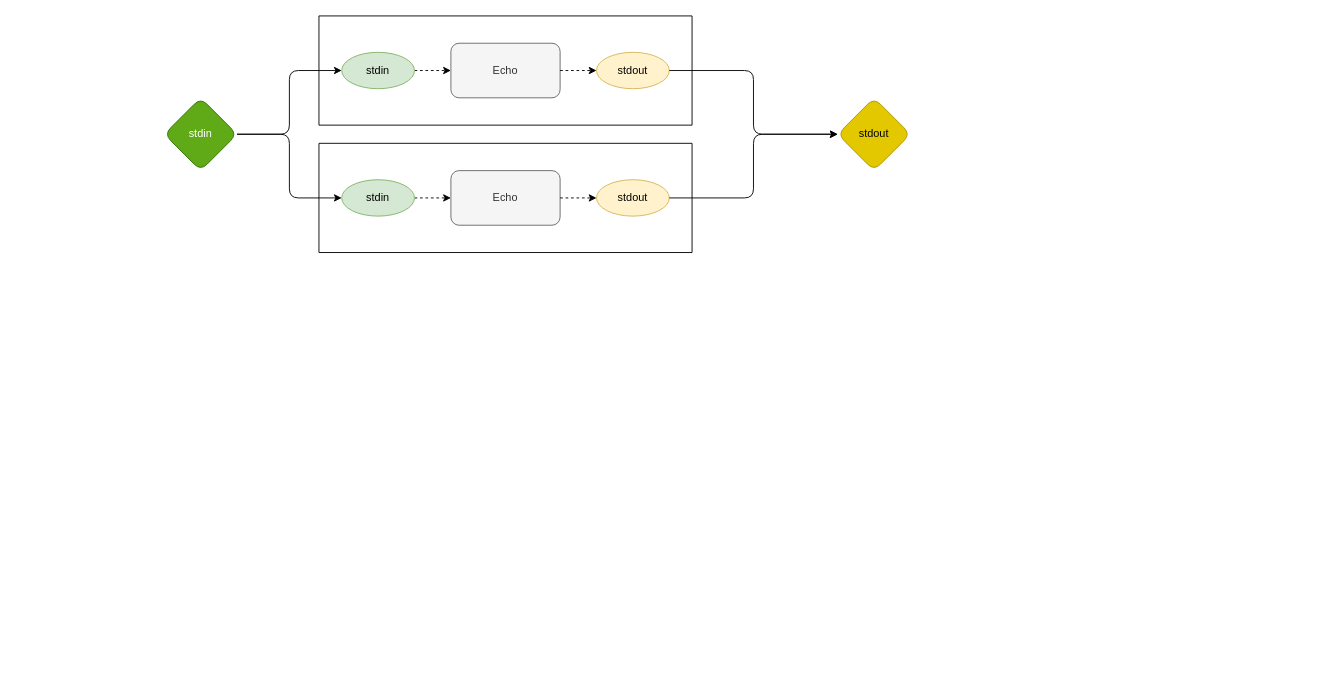
The draw.io diagram page "main" (1 of 3) of example.drawio in z64/odin0d, before the edit. Source tidied: cells renumbered, new cells numbered last; positions are measured from the earlier drawing's top-left corner, leaving out a move shared by most shapes. Both pictures are drawn from the tidied source at 91%, with x=0, y=0 at pixel (164, 15).
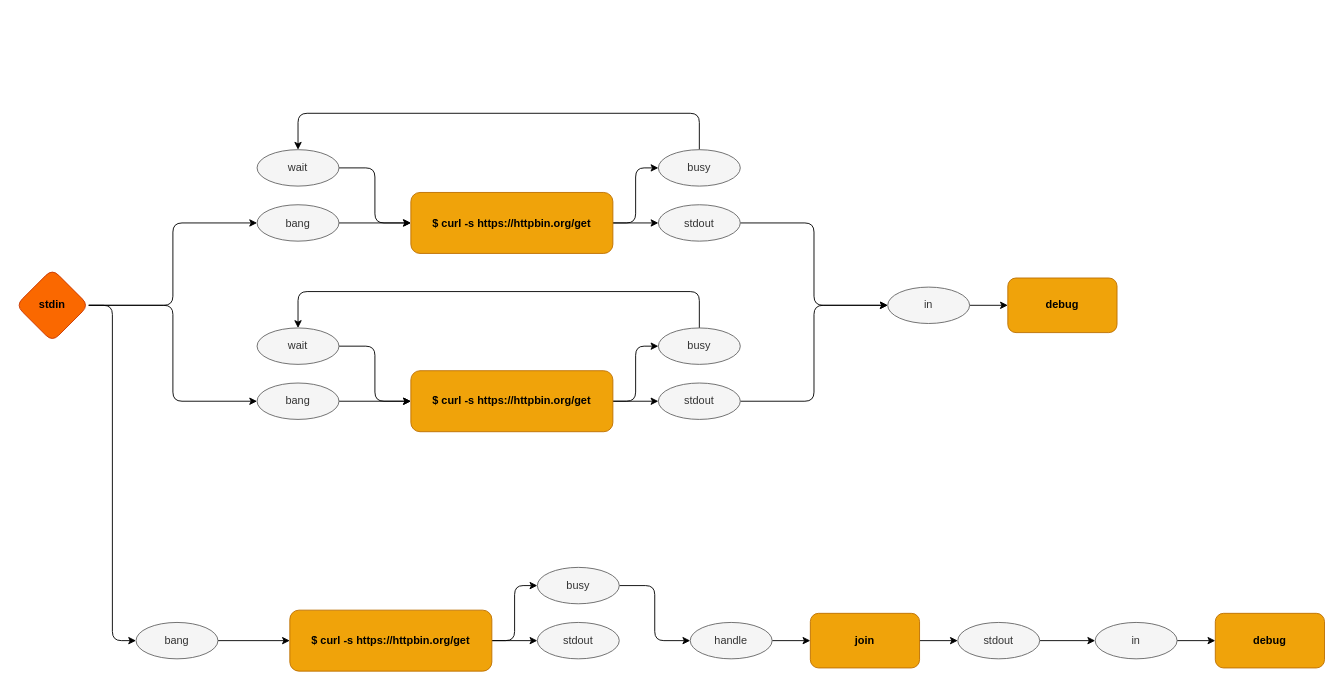
Above is the later version.

The edit, as a diff of the source:
```diff
@@
-    <mxCell id="2" style="edgeStyle=orthogonalEdgeStyle;rounded=1;jettySize=auto;html=1;exitX=1;exitY=0.5;exitDx=0;exitDy=0;entryX=0;entryY=0.5;entryDx=0;entryDy=0;" parent="1" edge="1" source="4" target="9">
-      <mxGeometry relative="1" as="geometry" />
-    </mxCell>
-    <mxCell id="3" style="edgeStyle=orthogonalEdgeStyle;rounded=1;jettySize=auto;html=1;exitX=1;exitY=0.5;exitDx=0;exitDy=0;entryX=0;entryY=0.5;entryDx=0;entryDy=0;" parent="1" edge="1" source="4" target="15">
-      <mxGeometry relative="1" as="geometry" />
-    </mxCell>
-    <mxCell id="4" value="stdin" style="rhombus;whiteSpace=wrap;html=1;rounded=1;fillColor=#60a917;strokeColor=#2D7600;fontColor=#ffffff;" parent="1" vertex="1">
-      <mxGeometry y="90" width="80" height="80" as="geometry" />
-    </mxCell>
-    <mxCell id="5" value="stdout" style="rhombus;whiteSpace=wrap;html=1;rounded=1;fillColor=#e3c800;strokeColor=#B09500;fontColor=#000000;" parent="1" vertex="1">
-      <mxGeometry x="740" y="90" width="80" height="80" as="geometry" />
-    </mxCell>
-    <mxCell id="6" style="swimlane;startSize=0;rounded=1;" parent="1" vertex="1">
-      <mxGeometry x="170" width="410" height="120" as="geometry" />
-    </mxCell>
-    <mxCell id="7" value="Echo" style="rounded=1;whiteSpace=wrap;html=1;fillColor=#f5f5f5;strokeColor=#666666;fontColor=#333333;" parent="6" vertex="1">
-      <mxGeometry x="145" y="30" width="120" height="60" as="geometry" />
-    </mxCell>
-    <mxCell id="8" style="edgeStyle=orthogonalEdgeStyle;rounded=0;jettySize=auto;html=1;exitX=1;exitY=0.5;exitDx=0;exitDy=0;dashed=1;" parent="6" edge="1" source="9" target="7">
-      <mxGeometry relative="1" as="geometry" />
-    </mxCell>
-    <mxCell id="9" value="stdin" style="ellipse;whiteSpace=wrap;html=1;rounded=1;fillColor=#d5e8d4;strokeColor=#82b366;" parent="6" vertex="1">
-      <mxGeometry x="25" y="40" width="80" height="40" as="geometry" />
-    </mxCell>
-    <mxCell id="10" value="stdout" style="ellipse;whiteSpace=wrap;html=1;rounded=1;fillColor=#fff2cc;strokeColor=#d6b656;" parent="6" vertex="1">
-      <mxGeometry x="305" y="40" width="80" height="40" as="geometry" />
-    </mxCell>
-    <mxCell id="11" style="edgeStyle=orthogonalEdgeStyle;rounded=0;jettySize=auto;html=1;exitX=1;exitY=0.5;exitDx=0;exitDy=0;entryX=0;entryY=0.5;entryDx=0;entryDy=0;dashed=1;" parent="6" edge="1" source="7" target="10">
-      <mxGeometry relative="1" as="geometry" />
-    </mxCell>
-    <mxCell id="12" style="swimlane;startSize=0;rounded=1;" parent="1" vertex="1">
-      <mxGeometry x="170" y="140" width="410" height="120" as="geometry" />
-    </mxCell>
-    <mxCell id="13" value="Echo" style="rounded=1;whiteSpace=wrap;html=1;fillColor=#f5f5f5;strokeColor=#666666;fontColor=#333333;" parent="12" vertex="1">
-      <mxGeometry x="145" y="30" width="120" height="60" as="geometry" />
-    </mxCell>
-    <mxCell id="14" style="edgeStyle=orthogonalEdgeStyle;rounded=0;jettySize=auto;html=1;exitX=1;exitY=0.5;exitDx=0;exitDy=0;dashed=1;" parent="12" edge="1" source="15" target="13">
-      <mxGeometry relative="1" as="geometry" />
-    </mxCell>
-    <mxCell id="15" value="stdin" style="ellipse;whiteSpace=wrap;html=1;rounded=1;fillColor=#d5e8d4;strokeColor=#82b366;" parent="12" vertex="1">
-      <mxGeometry x="25" y="40" width="80" height="40" as="geometry" />
-    </mxCell>
-    <mxCell id="16" value="stdout" style="ellipse;whiteSpace=wrap;html=1;rounded=1;fillColor=#fff2cc;strokeColor=#d6b656;" parent="12" vertex="1">
-      <mxGeometry x="305" y="40" width="80" height="40" as="geometry" />
-    </mxCell>
-    <mxCell id="17" style="edgeStyle=orthogonalEdgeStyle;rounded=0;jettySize=auto;html=1;exitX=1;exitY=0.5;exitDx=0;exitDy=0;entryX=0;entryY=0.5;entryDx=0;entryDy=0;dashed=1;" parent="12" edge="1" source="13" target="16">
-      <mxGeometry relative="1" as="geometry" />
-    </mxCell>
-    <mxCell id="18" style="edgeStyle=orthogonalEdgeStyle;rounded=1;jettySize=auto;html=1;exitX=1;exitY=0.5;exitDx=0;exitDy=0;entryX=0;entryY=0.5;entryDx=0;entryDy=0;" parent="1" edge="1" source="16" target="5">
-      <mxGeometry relative="1" as="geometry" />
-    </mxCell>
-    <mxCell id="19" style="edgeStyle=orthogonalEdgeStyle;rounded=1;jettySize=auto;html=1;exitX=1;exitY=0.5;exitDx=0;exitDy=0;entryX=0;entryY=0.5;entryDx=0;entryDy=0;" parent="1" edge="1" source="10" target="5">
-      <mxGeometry relative="1" as="geometry" />
-    </mxCell>
+    <mxCell id="20" style="edgeStyle=orthogonalEdgeStyle;rounded=1;jettySize=auto;html=1;exitX=1;exitY=0.5;exitDx=0;exitDy=0;entryX=0;entryY=0.5;entryDx=0;entryDy=0;fontFamily=Helvetica;" parent="1" edge="1" source="22" target="35">
+      <mxGeometry relative="1" as="geometry" />
+    </mxCell>
+    <mxCell id="21" style="edgeStyle=orthogonalEdgeStyle;rounded=1;jettySize=auto;html=1;exitX=1;exitY=0.5;exitDx=0;exitDy=0;entryX=0;entryY=0.5;entryDx=0;entryDy=0;fontFamily=Helvetica;" parent="1" edge="1" source="22" target="37">
+      <mxGeometry relative="1" as="geometry" />
+    </mxCell>
+    <mxCell id="22" value="$ curl -s https://httpbin.org/get" style="rounded=1;whiteSpace=wrap;html=1;fillColor=#f0a30a;strokeColor=#BD7000;fontColor=#000000;fontStyle=1;" parent="1" vertex="1">
+      <mxGeometry x="271" y="194" width="222" height="67" as="geometry" />
+    </mxCell>
+    <mxCell id="23" style="edgeStyle=orthogonalEdgeStyle;rounded=1;jettySize=auto;html=1;exitX=1;exitY=0.5;exitDx=0;exitDy=0;entryX=0;entryY=0.5;entryDx=0;entryDy=0;endArrow=classic;endFill=1;" parent="1" edge="1" source="24" target="22">
+      <mxGeometry relative="1" as="geometry" />
+    </mxCell>
+    <mxCell id="24" value="bang" style="ellipse;whiteSpace=wrap;html=1;rounded=1;fillColor=#f5f5f5;strokeColor=#666666;fontColor=#333333;" parent="1" vertex="1">
+      <mxGeometry x="102" y="207.5" width="90" height="40" as="geometry" />
+    </mxCell>
+    <mxCell id="25" style="edgeStyle=orthogonalEdgeStyle;rounded=1;jettySize=auto;html=1;exitX=1;exitY=0.5;exitDx=0;exitDy=0;entryX=0;entryY=0.5;entryDx=0;entryDy=0;fontFamily=Helvetica;" parent="1" edge="1" source="28" target="24">
+      <mxGeometry relative="1" as="geometry" />
+    </mxCell>
+    <mxCell id="26" style="edgeStyle=orthogonalEdgeStyle;rounded=1;jettySize=auto;html=1;exitX=1;exitY=0.5;exitDx=0;exitDy=0;entryX=0;entryY=0.5;entryDx=0;entryDy=0;fontFamily=Helvetica;" parent="1" edge="1" source="28" target="42">
+      <mxGeometry relative="1" as="geometry" />
+    </mxCell>
+    <mxCell id="27" style="edgeStyle=orthogonalEdgeStyle;rounded=1;jettySize=auto;html=1;exitX=1;exitY=0.5;exitDx=0;exitDy=0;entryX=0;entryY=0.5;entryDx=0;entryDy=0;fontFamily=Helvetica;" parent="1" edge="1" source="28" target="59">
+      <mxGeometry relative="1" as="geometry" />
+    </mxCell>
+    <mxCell id="28" value="stdin" style="rhombus;whiteSpace=wrap;html=1;rounded=1;fillColor=#fa6800;fontColor=#000000;strokeColor=#C73500;fontStyle=1;" parent="1" vertex="1">
+      <mxGeometry x="-163" y="278" width="80" height="80" as="geometry" />
+    </mxCell>
+    <mxCell id="29" value="debug" style="rounded=1;whiteSpace=wrap;html=1;fillColor=#f0a30a;strokeColor=#BD7000;fontColor=#000000;fontStyle=1;" parent="1" vertex="1">
+      <mxGeometry x="927" y="288" width="120" height="60" as="geometry" />
+    </mxCell>
+    <mxCell id="30" style="edgeStyle=orthogonalEdgeStyle;rounded=1;jettySize=auto;html=1;exitX=1;exitY=0.5;exitDx=0;exitDy=0;entryX=0;entryY=0.5;entryDx=0;entryDy=0;endArrow=classic;endFill=1;" parent="1" edge="1" source="31" target="29">
+      <mxGeometry relative="1" as="geometry" />
+    </mxCell>
+    <mxCell id="31" value="in" style="ellipse;whiteSpace=wrap;html=1;rounded=1;fillColor=#f5f5f5;strokeColor=#666666;fontColor=#333333;" parent="1" vertex="1">
+      <mxGeometry x="795" y="298" width="90" height="40" as="geometry" />
+    </mxCell>
+    <mxCell id="32" style="edgeStyle=orthogonalEdgeStyle;rounded=1;jettySize=auto;html=1;exitX=1;exitY=0.5;exitDx=0;exitDy=0;entryX=0;entryY=0.5;entryDx=0;entryDy=0;fontFamily=Helvetica;" parent="1" edge="1" source="33" target="22">
+      <mxGeometry relative="1" as="geometry" />
+    </mxCell>
+    <mxCell id="33" value="wait" style="ellipse;whiteSpace=wrap;html=1;rounded=1;fillColor=#f5f5f5;strokeColor=#666666;fontColor=#333333;" parent="1" vertex="1">
+      <mxGeometry x="102" y="147" width="90" height="40" as="geometry" />
+    </mxCell>
+    <mxCell id="34" style="edgeStyle=orthogonalEdgeStyle;rounded=1;jettySize=auto;html=1;exitX=1;exitY=0.5;exitDx=0;exitDy=0;entryX=0;entryY=0.5;entryDx=0;entryDy=0;fontFamily=Helvetica;" parent="1" edge="1" source="35" target="31">
+      <mxGeometry relative="1" as="geometry" />
+    </mxCell>
+    <mxCell id="35" value="stdout" style="ellipse;whiteSpace=wrap;html=1;rounded=1;fillColor=#f5f5f5;strokeColor=#666666;fontColor=#333333;" parent="1" vertex="1">
+      <mxGeometry x="543" y="207.5" width="90" height="40" as="geometry" />
+    </mxCell>
+    <mxCell id="36" style="edgeStyle=orthogonalEdgeStyle;rounded=1;jettySize=auto;html=1;exitX=0.5;exitY=0;exitDx=0;exitDy=0;entryX=0.5;entryY=0;entryDx=0;entryDy=0;fontFamily=Helvetica;" parent="1" edge="1" source="37" target="33">
+      <mxGeometry relative="1" as="geometry">
+        <Array as="points">
+          <mxPoint x="588" y="107" />
+          <mxPoint x="147" y="107" />
+        </Array>
+      </mxGeometry>
+    </mxCell>
+    <mxCell id="37" value="busy" style="ellipse;whiteSpace=wrap;html=1;rounded=1;fillColor=#f5f5f5;strokeColor=#666666;fontColor=#333333;" parent="1" vertex="1">
+      <mxGeometry x="543" y="147" width="90" height="40" as="geometry" />
+    </mxCell>
+    <mxCell id="38" style="edgeStyle=orthogonalEdgeStyle;rounded=1;jettySize=auto;html=1;exitX=1;exitY=0.5;exitDx=0;exitDy=0;entryX=0;entryY=0.5;entryDx=0;entryDy=0;fontFamily=Helvetica;" parent="1" edge="1" source="40" target="46">
+      <mxGeometry relative="1" as="geometry" />
+    </mxCell>
+    <mxCell id="39" style="edgeStyle=orthogonalEdgeStyle;rounded=1;jettySize=auto;html=1;exitX=1;exitY=0.5;exitDx=0;exitDy=0;entryX=0;entryY=0.5;entryDx=0;entryDy=0;fontFamily=Helvetica;" parent="1" edge="1" source="40" target="48">
+      <mxGeometry relative="1" as="geometry" />
+    </mxCell>
+    <mxCell id="40" value="$ curl -s https://httpbin.org/get" style="rounded=1;whiteSpace=wrap;html=1;fillColor=#f0a30a;strokeColor=#BD7000;fontColor=#000000;fontStyle=1;" parent="1" vertex="1">
+      <mxGeometry x="271" y="389.9" width="222" height="67" as="geometry" />
+    </mxCell>
+    <mxCell id="41" style="edgeStyle=orthogonalEdgeStyle;rounded=1;jettySize=auto;html=1;exitX=1;exitY=0.5;exitDx=0;exitDy=0;entryX=0;entryY=0.5;entryDx=0;entryDy=0;endArrow=classic;endFill=1;" parent="1" edge="1" source="42" target="40">
+      <mxGeometry relative="1" as="geometry" />
+    </mxCell>
+    <mxCell id="42" value="bang" style="ellipse;whiteSpace=wrap;html=1;rounded=1;fillColor=#f5f5f5;strokeColor=#666666;fontColor=#333333;" parent="1" vertex="1">
+      <mxGeometry x="102" y="403.4" width="90" height="40" as="geometry" />
+    </mxCell>
+    <mxCell id="43" style="edgeStyle=orthogonalEdgeStyle;rounded=1;jettySize=auto;html=1;exitX=1;exitY=0.5;exitDx=0;exitDy=0;entryX=0;entryY=0.5;entryDx=0;entryDy=0;fontFamily=Helvetica;" parent="1" edge="1" source="44" target="40">
+      <mxGeometry relative="1" as="geometry" />
+    </mxCell>
+    <mxCell id="44" value="wait" style="ellipse;whiteSpace=wrap;html=1;rounded=1;fillColor=#f5f5f5;strokeColor=#666666;fontColor=#333333;" parent="1" vertex="1">
+      <mxGeometry x="102" y="342.9" width="90" height="40" as="geometry" />
+    </mxCell>
+    <mxCell id="45" style="edgeStyle=orthogonalEdgeStyle;rounded=1;jettySize=auto;html=1;exitX=1;exitY=0.5;exitDx=0;exitDy=0;entryX=0;entryY=0.5;entryDx=0;entryDy=0;fontFamily=Helvetica;" parent="1" edge="1" source="46" target="31">
+      <mxGeometry relative="1" as="geometry" />
+    </mxCell>
+    <mxCell id="46" value="stdout" style="ellipse;whiteSpace=wrap;html=1;rounded=1;fillColor=#f5f5f5;strokeColor=#666666;fontColor=#333333;" parent="1" vertex="1">
+      <mxGeometry x="543" y="403.4" width="90" height="40" as="geometry" />
+    </mxCell>
+    <mxCell id="47" style="edgeStyle=orthogonalEdgeStyle;rounded=1;jettySize=auto;html=1;exitX=0.5;exitY=0;exitDx=0;exitDy=0;entryX=0.5;entryY=0;entryDx=0;entryDy=0;fontFamily=Helvetica;" parent="1" edge="1" source="48" target="44">
+      <mxGeometry relative="1" as="geometry">
+        <Array as="points">
+          <mxPoint x="588" y="302.9" />
+          <mxPoint x="147" y="302.9" />
+        </Array>
+      </mxGeometry>
+    </mxCell>
+    <mxCell id="48" value="busy" style="ellipse;whiteSpace=wrap;html=1;rounded=1;fillColor=#f5f5f5;strokeColor=#666666;fontColor=#333333;" parent="1" vertex="1">
+      <mxGeometry x="543" y="342.9" width="90" height="40" as="geometry" />
+    </mxCell>
+    <mxCell id="49" style="edgeStyle=orthogonalEdgeStyle;rounded=1;jettySize=auto;html=1;exitX=1;exitY=0.5;exitDx=0;exitDy=0;endArrow=classic;endFill=1;fontFamily=Helvetica;" parent="1" edge="1" source="50" target="54">
+      <mxGeometry relative="1" as="geometry" />
+    </mxCell>
+    <mxCell id="50" value="join" style="rounded=1;whiteSpace=wrap;html=1;fillColor=#f0a30a;strokeColor=#BD7000;fontColor=#000000;fontStyle=1;fontFamily=Helvetica;" parent="1" vertex="1">
+      <mxGeometry x="710" y="656.5" width="120" height="60" as="geometry" />
+    </mxCell>
+    <mxCell id="51" style="edgeStyle=orthogonalEdgeStyle;rounded=1;jettySize=auto;html=1;exitX=1;exitY=0.5;exitDx=0;exitDy=0;entryX=0;entryY=0.5;entryDx=0;entryDy=0;endArrow=classic;endFill=1;fontFamily=Helvetica;" parent="1" edge="1" source="52" target="50">
+      <mxGeometry relative="1" as="geometry" />
+    </mxCell>
+    <mxCell id="52" value="handle" style="ellipse;whiteSpace=wrap;html=1;rounded=1;fillColor=#f5f5f5;strokeColor=#666666;fontColor=#333333;fontFamily=Helvetica;" parent="1" vertex="1">
+      <mxGeometry x="578" y="666.5" width="90" height="40" as="geometry" />
+    </mxCell>
+    <mxCell id="53" style="edgeStyle=orthogonalEdgeStyle;rounded=1;jettySize=auto;html=1;exitX=1;exitY=0.5;exitDx=0;exitDy=0;entryX=0;entryY=0.5;entryDx=0;entryDy=0;fontFamily=Helvetica;" parent="1" edge="1" source="54" target="65">
+      <mxGeometry relative="1" as="geometry" />
+    </mxCell>
+    <mxCell id="54" value="stdout" style="ellipse;whiteSpace=wrap;html=1;rounded=1;fillColor=#f5f5f5;strokeColor=#666666;fontColor=#333333;fontFamily=Helvetica;" parent="1" vertex="1">
+      <mxGeometry x="872" y="666.5" width="90" height="40" as="geometry" />
+    </mxCell>
+    <mxCell id="55" style="edgeStyle=orthogonalEdgeStyle;rounded=1;jettySize=auto;html=1;exitX=1;exitY=0.5;exitDx=0;exitDy=0;entryX=0;entryY=0.5;entryDx=0;entryDy=0;fontFamily=Helvetica;" parent="1" edge="1" source="57" target="60">
+      <mxGeometry relative="1" as="geometry" />
+    </mxCell>
+    <mxCell id="56" style="edgeStyle=orthogonalEdgeStyle;rounded=1;jettySize=auto;html=1;exitX=1;exitY=0.5;exitDx=0;exitDy=0;entryX=0;entryY=0.5;entryDx=0;entryDy=0;fontFamily=Helvetica;" parent="1" edge="1" source="57" target="62">
+      <mxGeometry relative="1" as="geometry" />
+    </mxCell>
+    <mxCell id="57" value="$ curl -s https://httpbin.org/get" style="rounded=1;whiteSpace=wrap;html=1;fillColor=#f0a30a;strokeColor=#BD7000;fontColor=#000000;fontStyle=1;" parent="1" vertex="1">
+      <mxGeometry x="138" y="653" width="222" height="67" as="geometry" />
+    </mxCell>
+    <mxCell id="58" style="edgeStyle=orthogonalEdgeStyle;rounded=1;jettySize=auto;html=1;exitX=1;exitY=0.5;exitDx=0;exitDy=0;entryX=0;entryY=0.5;entryDx=0;entryDy=0;endArrow=classic;endFill=1;" parent="1" edge="1" source="59" target="57">
+      <mxGeometry relative="1" as="geometry" />
+    </mxCell>
+    <mxCell id="59" value="bang" style="ellipse;whiteSpace=wrap;html=1;rounded=1;fillColor=#f5f5f5;strokeColor=#666666;fontColor=#333333;" parent="1" vertex="1">
+      <mxGeometry x="-31" y="666.5" width="90" height="40" as="geometry" />
+    </mxCell>
+    <mxCell id="60" value="stdout" style="ellipse;whiteSpace=wrap;html=1;rounded=1;fillColor=#f5f5f5;strokeColor=#666666;fontColor=#333333;" parent="1" vertex="1">
+      <mxGeometry x="410" y="666.5" width="90" height="40" as="geometry" />
+    </mxCell>
+    <mxCell id="61" style="edgeStyle=orthogonalEdgeStyle;rounded=1;jettySize=auto;html=1;exitX=1;exitY=0.5;exitDx=0;exitDy=0;entryX=0;entryY=0.5;entryDx=0;entryDy=0;fontFamily=Helvetica;" parent="1" edge="1" source="62" target="52">
+      <mxGeometry relative="1" as="geometry" />
+    </mxCell>
+    <mxCell id="62" value="busy" style="ellipse;whiteSpace=wrap;html=1;rounded=1;fillColor=#f5f5f5;strokeColor=#666666;fontColor=#333333;" parent="1" vertex="1">
+      <mxGeometry x="410" y="606" width="90" height="40" as="geometry" />
+    </mxCell>
+    <mxCell id="63" value="debug" style="rounded=1;whiteSpace=wrap;html=1;fillColor=#f0a30a;strokeColor=#BD7000;fontColor=#000000;fontStyle=1;" parent="1" vertex="1">
+      <mxGeometry x="1155" y="656.5" width="120" height="60" as="geometry" />
+    </mxCell>
+    <mxCell id="64" style="edgeStyle=orthogonalEdgeStyle;rounded=1;jettySize=auto;html=1;exitX=1;exitY=0.5;exitDx=0;exitDy=0;entryX=0;entryY=0.5;entryDx=0;entryDy=0;endArrow=classic;endFill=1;" parent="1" edge="1" source="65" target="63">
+      <mxGeometry relative="1" as="geometry" />
+    </mxCell>
+    <mxCell id="65" value="in" style="ellipse;whiteSpace=wrap;html=1;rounded=1;fillColor=#f5f5f5;strokeColor=#666666;fontColor=#333333;" parent="1" vertex="1">
+      <mxGeometry x="1023" y="666.5" width="90" height="40" as="geometry" />
+    </mxCell>
```
